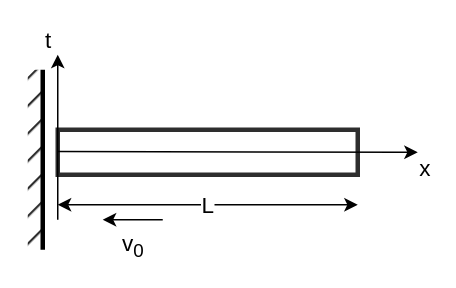
Earlier version of the draw.io diagram fig/碰撞/一维弹性杆碰撞.drawio (wczzzzzzz/Hamilton). Source tidied: cells renumbered, new cells numbered last; positions are measured from the earlier drawing's top-left corner, leaving out a move shared by most shapes. Both pictures are drawn from the tidied source at 150%, with x=0, y=0 at pixel (27, 54).
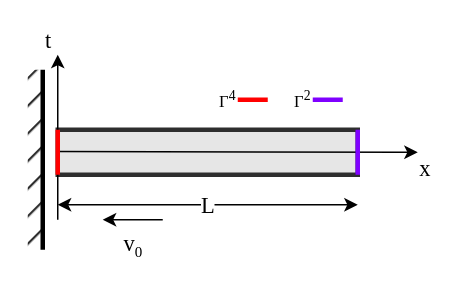
Above is the later version.

Diff of the diagram source:
```diff
@@
-    <mxCell id="2" style="rounded=0;whiteSpace=wrap;html=1;strokeWidth=3;labelBorderColor=none;strokeColor=#2E2E2E;" parent="1" vertex="1">
+    <mxCell id="2" style="rounded=0;whiteSpace=wrap;html=1;strokeWidth=3;labelBorderColor=none;strokeColor=#2E2E2E;fillStyle=solid;fillColor=#E6E6E6;" parent="1" vertex="1">
       <mxGeometry x="20" y="50" width="200" height="30" as="geometry" />
     </mxCell>
@@
-    <mxCell id="4" value="v&lt;sub&gt;0&lt;/sub&gt;" style="endArrow=classic;html=1;rounded=0;targetPerimeterSpacing=0;strokeWidth=1;sourcePerimeterSpacing=10;fontSize=15;verticalAlign=top;" parent="1" edge="1">
+    <mxCell id="4" value="v&lt;sub&gt;&lt;font style=&quot;font-size: 10px;&quot;&gt;0&lt;/font&gt;&lt;/sub&gt;" style="endArrow=classic;html=1;rounded=0;targetPerimeterSpacing=0;strokeWidth=1;sourcePerimeterSpacing=10;fontSize=15;verticalAlign=top;fontFamily=Times New Roman;" parent="1" edge="1">
       <mxGeometry relative="1" as="geometry">
         <mxPoint x="90" y="110" as="sourcePoint" />
         <mxPoint x="50" y="110" as="targetPoint" />
       </mxGeometry>
     </mxCell>
-    <mxCell id="5" value="x" style="endArrow=classic;html=1;rounded=0;align=right;verticalAlign=top;fontSize=15;" parent="1" edge="1">
+    <mxCell id="5" value="x" style="endArrow=classic;html=1;rounded=0;align=right;verticalAlign=top;fontSize=15;fontFamily=Times New Roman;" parent="1" edge="1">
       <mxGeometry x="1" y="11" relative="1" as="geometry">
         <mxPoint x="20" y="64.5" as="sourcePoint" />
         <mxPoint x="260" y="65" as="targetPoint" />
         <Array as="points">
           <mxPoint x="250" y="65" />
         </Array>
         <mxPoint x="10" y="6" as="offset" />
       </mxGeometry>
     </mxCell>
-    <mxCell id="6" value="t" style="endArrow=classic;html=1;rounded=0;align=left;fontSize=15;" parent="1" edge="1">
+    <mxCell id="6" value="t" style="endArrow=classic;html=1;rounded=0;align=left;fontSize=15;fontFamily=Times New Roman;" parent="1" edge="1">
       <mxGeometry x="1" y="14" relative="1" as="geometry">
         <mxPoint x="20" y="110" as="sourcePoint" />
         <mxPoint x="20" as="targetPoint" />
         <mxPoint x="4" y="-10" as="offset" />
       </mxGeometry>
     </mxCell>
-    <mxCell id="7" value="L" style="endArrow=classic;startArrow=classic;html=1;rounded=0;fontSize=15;" parent="1" edge="1">
+    <mxCell id="7" value="L" style="endArrow=classic;startArrow=classic;html=1;rounded=0;fontSize=15;fontFamily=Times New Roman;" parent="1" edge="1">
       <mxGeometry relative="1" as="geometry">
         <mxPoint x="20" y="100" as="sourcePoint" />
         <mxPoint x="220" y="100" as="targetPoint" />
       </mxGeometry>
     </mxCell>
@@
+    <mxCell id="9" style="endArrow=none;html=1;rounded=0;strokeWidth=3;strokeColor=#FF0000;" parent="1" edge="1">
+      <mxGeometry relative="1" as="geometry">
+        <mxPoint x="20" y="80" as="sourcePoint" />
+        <mxPoint x="20" y="50" as="targetPoint" />
+      </mxGeometry>
+    </mxCell>
+    <mxCell id="10" style="endArrow=none;html=1;rounded=0;strokeWidth=3;strokeColor=#7F00FF;" parent="1" edge="1">
+      <mxGeometry relative="1" as="geometry">
+        <mxPoint x="220" y="80" as="sourcePoint" />
+        <mxPoint x="220" y="50" as="targetPoint" />
+      </mxGeometry>
+    </mxCell>
+    <mxCell id="11" value="&lt;font face=&quot;Times New Roman&quot;&gt;Γ&lt;sup&gt;4&lt;/sup&gt;&lt;/font&gt;" style="endArrow=none;html=1;rounded=0;strokeWidth=3;strokeColor=#FF0000;align=right;labelPosition=left;verticalLabelPosition=middle;verticalAlign=middle;" parent="1" edge="1">
+      <mxGeometry x="1" relative="1" as="geometry">
+        <mxPoint x="160" y="30" as="sourcePoint" />
+        <mxPoint x="140" y="30" as="targetPoint" />
+      </mxGeometry>
+    </mxCell>
+    <mxCell id="12" value="&lt;font face=&quot;Times New Roman&quot;&gt;Γ&lt;sup&gt;2&lt;/sup&gt;&lt;/font&gt;" style="endArrow=none;html=1;rounded=0;strokeWidth=3;strokeColor=#7F00FF;align=right;labelPosition=left;verticalLabelPosition=middle;verticalAlign=middle;" parent="1" edge="1">
+      <mxGeometry x="1" relative="1" as="geometry">
+        <mxPoint x="210" y="30" as="sourcePoint" />
+        <mxPoint x="190" y="30" as="targetPoint" />
+      </mxGeometry>
+    </mxCell>
```
